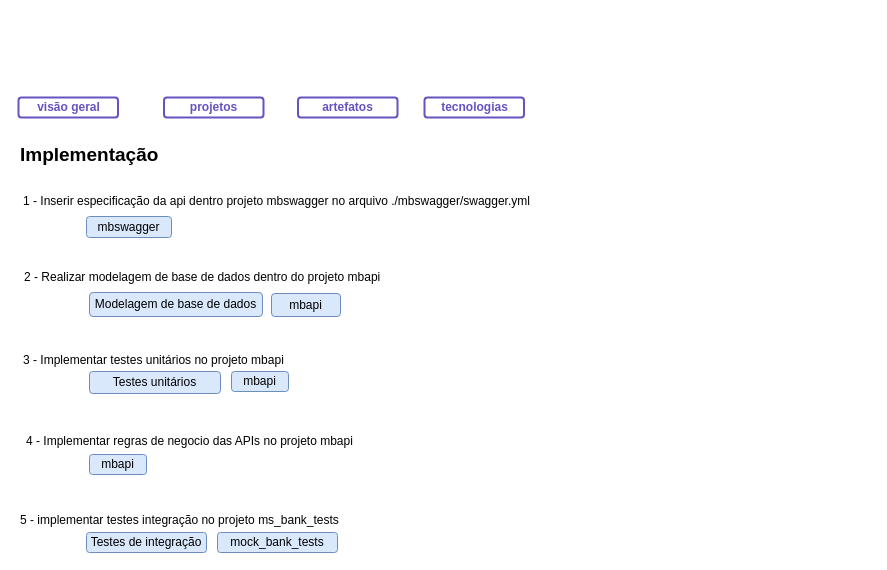
Earlier version of the draw.io diagram page "Implementação" (5 of 18) of as-is-mock-bank.drawio (andretrindade/mock-bank-project). Source tidied: cells renumbered, new cells numbered last; positions are measured from the earlier drawing's top-left corner, leaving out a move shared by most shapes. Both pictures are drawn from the tidied source at 100%, with x=0, y=0 at pixel (18, 97).
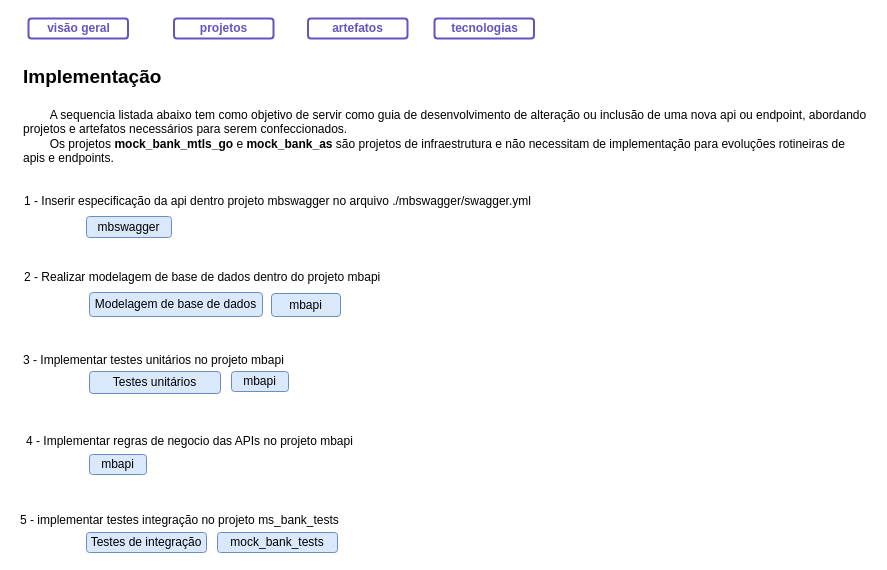
The same diagram, later.

Change to the diagram source:
```diff
@@
     <mxCell id="2" value="1 - Inserir especificação da api dentro projeto mbswagger no arquivo ./mbswagger/swagger.yml" style="text;html=1;align=left;verticalAlign=middle;whiteSpace=wrap;rounded=0;" parent="1" vertex="1">
-      <mxGeometry x="3" y="89" width="558" height="30" as="geometry" />
+      <mxGeometry x="4" y="89" width="558" height="30" as="geometry" />
     </mxCell>
@@
     <mxCell id="4" value="Implementação" style="text;html=1;align=left;verticalAlign=middle;whiteSpace=wrap;rounded=0;fontStyle=1;fontSize=19;" parent="1" vertex="1">
-      <mxGeometry y="43" width="180" height="30" as="geometry" />
+      <mxGeometry x="3" y="-35" width="180" height="30" as="geometry" />
     </mxCell>
@@
     <mxCell id="16" value="visão geral" style="dashed=0;html=1;rounded=1;strokeColor=#6554C0;fontSize=12;align=center;fontStyle=1;strokeWidth=2;fontColor=#6554C0;" parent="1" vertex="1">
-      <mxGeometry width="99.5" height="20" as="geometry" />
+      <mxGeometry x="10" y="-79" width="99.5" height="20" as="geometry" />
     </mxCell>
     <mxCell id="17" value="projetos" style="dashed=0;html=1;rounded=1;strokeColor=#6554C0;fontSize=12;align=center;fontStyle=1;strokeWidth=2;fontColor=#6554C0;" parent="1" vertex="1">
-      <mxGeometry x="145.5" width="99.5" height="20" as="geometry" />
+      <mxGeometry x="155.5" y="-79" width="99.5" height="20" as="geometry" />
     </mxCell>
     <mxCell id="18" value="artefatos" style="dashed=0;html=1;rounded=1;strokeColor=#6554C0;fontSize=12;align=center;fontStyle=1;strokeWidth=2;fontColor=#6554C0;" parent="1" vertex="1">
-      <mxGeometry x="279.5" width="99.5" height="20" as="geometry" />
+      <mxGeometry x="289.5" y="-79" width="99.5" height="20" as="geometry" />
     </mxCell>
     <mxCell id="19" value="tecnologias" style="dashed=0;html=1;rounded=1;strokeColor=#6554C0;fontSize=12;align=center;fontStyle=1;strokeWidth=2;fontColor=#6554C0;" parent="1" vertex="1">
-      <mxGeometry x="406" width="99.5" height="20" as="geometry" />
+      <mxGeometry x="416" y="-79" width="99.5" height="20" as="geometry" />
     </mxCell>
+    <mxCell id="20" value="&lt;span style=&quot;white-space: pre;&quot;&gt;&#9;&lt;/span&gt;A sequencia listada abaixo tem como objetivo de servir como guia de desenvolvimento de alteração ou inclusão de uma nova api ou endpoint, abordando projetos e artefatos necessários para serem confeccionados.&amp;nbsp;&lt;div&gt;&lt;span style=&quot;white-space: pre;&quot;&gt;&#9;&lt;/span&gt;Os projetos &lt;b&gt;mock_bank_mtls_go&lt;/b&gt; e &lt;b&gt;mock_bank_as &lt;/b&gt;são projetos de infraestrutura e&lt;b&gt;&amp;nbsp;&lt;/b&gt;não necessitam de implementação para evoluções rotineiras de apis e endpoints.&lt;/div&gt;" style="text;html=1;align=left;verticalAlign=middle;whiteSpace=wrap;rounded=0;" parent="1" vertex="1">
+      <mxGeometry x="3" y="24" width="849" height="30" as="geometry" />
+    </mxCell>
```
